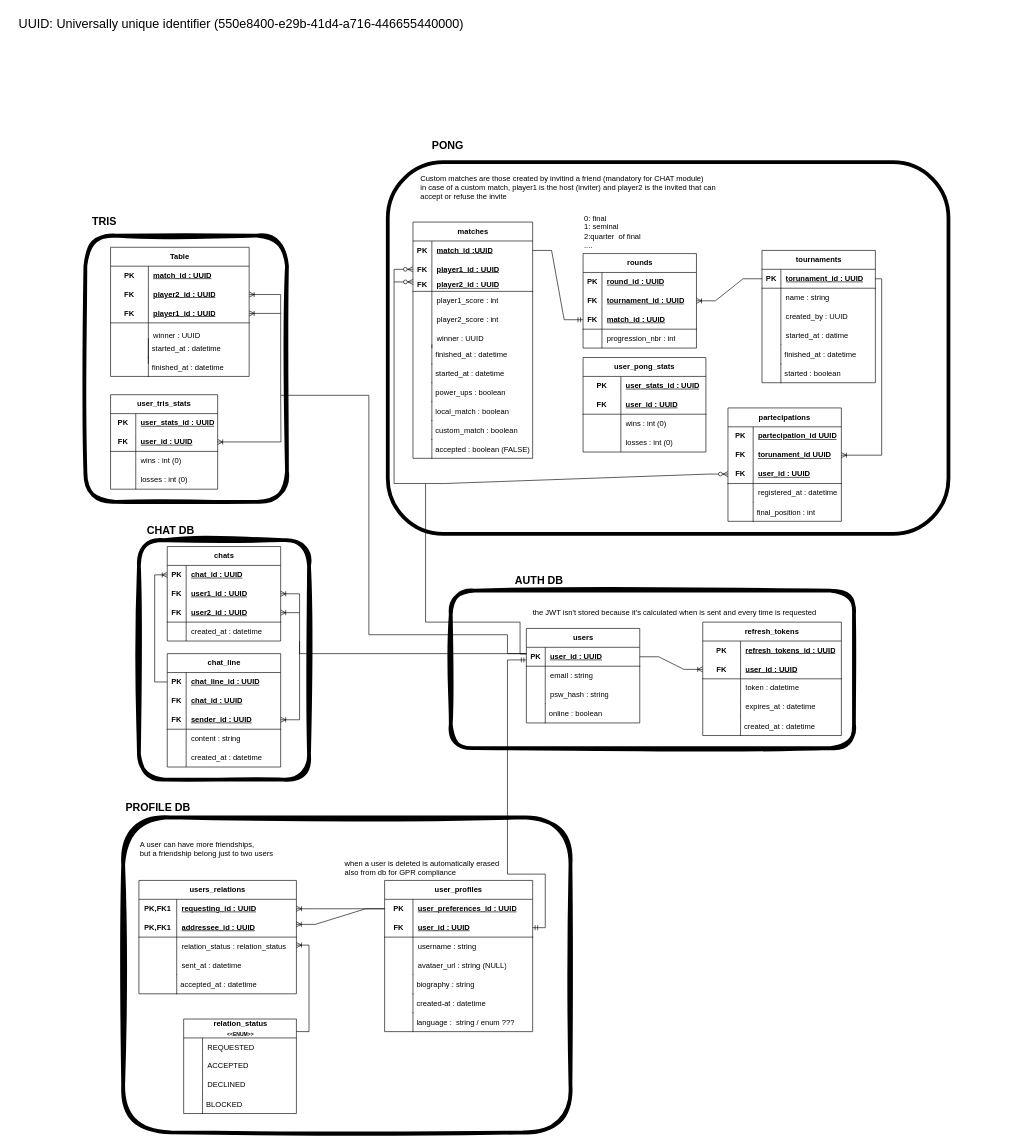
Sheratan095/ft_transcendence keeps this draw.io diagram as docs/backend/db_logical_design.drawio. Above is the earlier version. Source tidied: cells renumbered, new cells numbered last; positions are measured from the earlier drawing's top-left corner, leaving out a move shared by most shapes. Both pictures are drawn from the tidied source at 63%, with x=0, y=0 at pixel (11, 11).
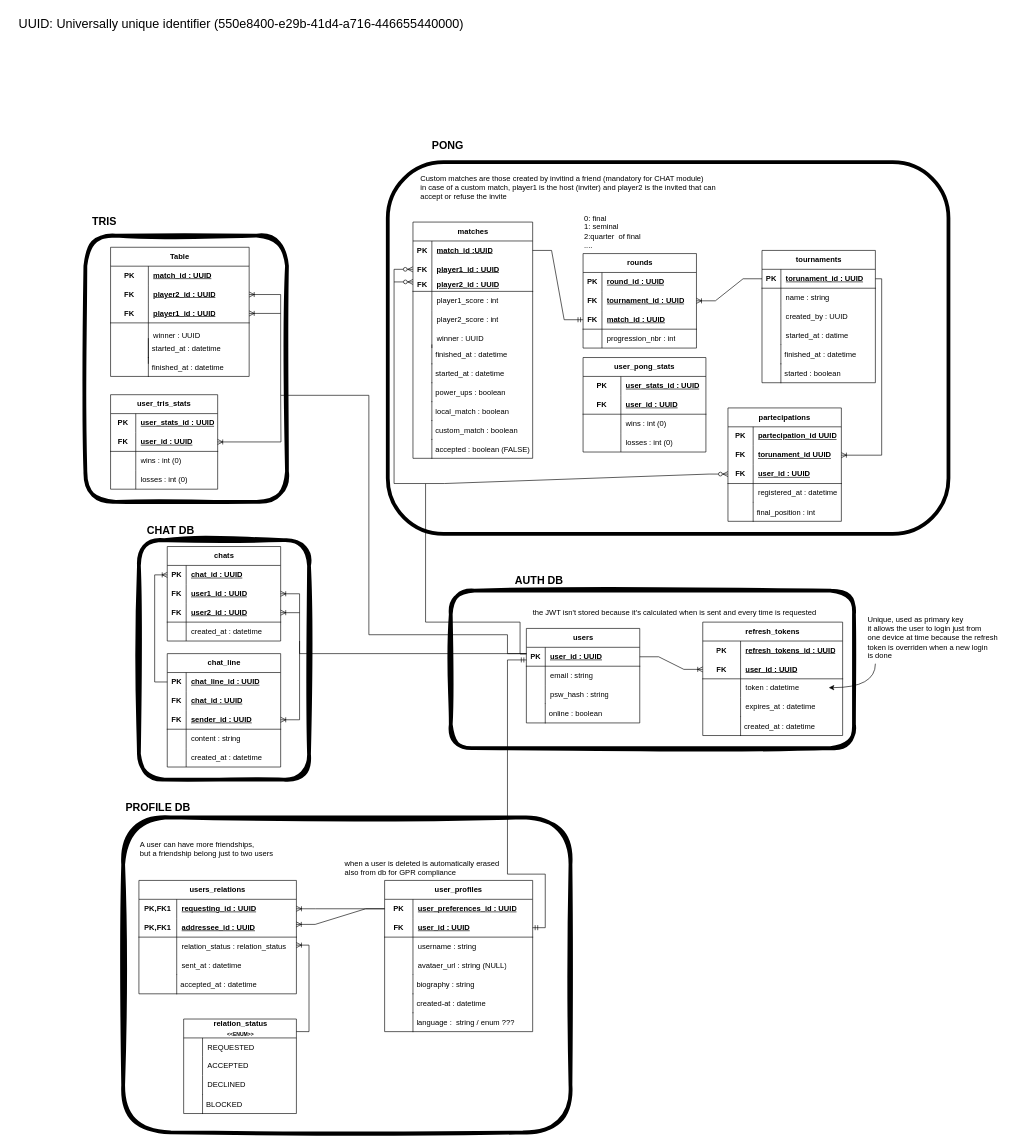
After the change.

Change to the diagram source:
```diff
@@
     <mxCell id="129" value="refresh_tokens" style="shape=table;startSize=30;childLayout=tableLayout;rowLines=0;fontStyle=1;align=center;html=1;whiteSpace=wrap;" parent="1" vertex="1">
-      <mxGeometry x="1098" y="970" width="220" height="180" as="geometry" />
+      <mxGeometry x="1098" y="970" width="222" height="180" as="geometry" />
     </mxCell>
     <mxCell id="130" style="shape=tableRow;horizontal=0;startSize=0;swimlaneHead=0;swimlaneBody=0;fillColor=none;top=0;left=0;right=0;bottom=0;html=1;" parent="129" vertex="1">
-      <mxGeometry y="30" width="220" height="30" as="geometry" />
+      <mxGeometry y="30" width="222" height="30" as="geometry" />
     </mxCell>
@@
     <mxCell id="132" value="refresh_tokens_id : UUID" style="shape=partialRectangle;fillColor=none;top=0;left=0;bottom=0;right=0;align=left;spacingLeft=6;fontStyle=5;overflow=hidden;html=1;whiteSpace=wrap;" parent="130" vertex="1">
-      <mxGeometry x="60" width="160" height="30" as="geometry" />
+      <mxGeometry x="60" width="162" height="30" as="geometry" />
     </mxCell>
     <mxCell id="133" style="shape=tableRow;horizontal=0;startSize=0;swimlaneHead=0;swimlaneBody=0;fillColor=none;points=[[0,0.5],[1,0.5]];portConstraint=eastwest;top=0;left=0;right=0;bottom=1;html=1;" parent="129" vertex="1">
-      <mxGeometry y="60" width="220" height="30" as="geometry" />
+      <mxGeometry y="60" width="222" height="30" as="geometry" />
     </mxCell>
@@
     <mxCell id="135" value="user_id : UUID" style="shape=partialRectangle;fillColor=none;top=0;left=0;bottom=0;right=0;align=left;spacingLeft=6;fontStyle=5;overflow=hidden;html=1;whiteSpace=wrap;" parent="133" vertex="1">
-      <mxGeometry x="60" width="160" height="30" as="geometry" />
+      <mxGeometry x="60" width="162" height="30" as="geometry" />
     </mxCell>
     <mxCell id="136" style="shape=tableRow;horizontal=0;startSize=0;swimlaneHead=0;swimlaneBody=0;fillColor=none;top=0;left=0;right=0;bottom=0;html=1;" parent="129" vertex="1">
-      <mxGeometry y="90" width="220" height="30" as="geometry" />
+      <mxGeometry y="90" width="222" height="30" as="geometry" />
     </mxCell>
@@
     <mxCell id="138" value="token : datetime" style="shape=partialRectangle;fillColor=none;top=0;left=0;bottom=0;right=0;align=left;spacingLeft=6;overflow=hidden;html=1;whiteSpace=wrap;" parent="136" vertex="1">
-      <mxGeometry x="60" width="160" height="30" as="geometry" />
+      <mxGeometry x="60" width="162" height="30" as="geometry" />
     </mxCell>
     <mxCell id="139" style="shape=tableRow;horizontal=0;startSize=0;swimlaneHead=0;swimlaneBody=0;fillColor=none;top=0;left=0;right=0;bottom=0;html=1;" parent="129" vertex="1">
-      <mxGeometry y="120" width="220" height="30" as="geometry" />
+      <mxGeometry y="120" width="222" height="30" as="geometry" />
     </mxCell>
@@
     <mxCell id="141" value="expires_at : datetime" style="shape=partialRectangle;fillColor=none;top=0;left=0;bottom=0;right=0;align=left;spacingLeft=6;overflow=hidden;html=1;whiteSpace=wrap;" parent="139" vertex="1">
-      <mxGeometry x="60" width="160" height="30" as="geometry" />
+      <mxGeometry x="60" width="162" height="30" as="geometry" />
     </mxCell>
@@
+    <mxCell id="263" value="&lt;font style=&quot;scrollbar-color: rgb(75, 75, 75) rgb(27, 29, 30); color: light-dark(rgb(0, 0, 0), rgb(255, 255, 255));&quot;&gt;Unique, used as primary key&lt;/font&gt;&lt;div style=&quot;scrollbar-color: rgb(75, 75, 75) rgb(27, 29, 30);&quot;&gt;&lt;font style=&quot;scrollbar-color: rgb(75, 75, 75) rgb(27, 29, 30); color: light-dark(rgb(0, 0, 0), rgb(255, 255, 255));&quot;&gt;it allows the user to login just from&lt;/font&gt;&lt;/div&gt;&lt;div style=&quot;scrollbar-color: rgb(75, 75, 75) rgb(27, 29, 30);&quot;&gt;&lt;font style=&quot;scrollbar-color: rgb(75, 75, 75) rgb(27, 29, 30); color: light-dark(rgb(0, 0, 0), rgb(255, 255, 255));&quot;&gt;one device at time because the refresh&lt;/font&gt;&lt;/div&gt;&lt;div style=&quot;scrollbar-color: rgb(75, 75, 75) rgb(27, 29, 30);&quot;&gt;&lt;font style=&quot;scrollbar-color: rgb(75, 75, 75) rgb(27, 29, 30); color: light-dark(rgb(0, 0, 0), rgb(255, 255, 255));&quot;&gt;token is overriden when a new login&lt;/font&gt;&lt;/div&gt;&lt;div style=&quot;scrollbar-color: rgb(75, 75, 75) rgb(27, 29, 30); color: rgb(192, 192, 192);&quot;&gt;&lt;font style=&quot;scrollbar-color: rgb(75, 75, 75) rgb(27, 29, 30); color: light-dark(rgb(0, 0, 0), rgb(255, 255, 255));&quot;&gt;is done&lt;/font&gt;&lt;/div&gt;" style="text;html=1;align=left;verticalAlign=middle;strokeColor=none;fillColor=none;" parent="1" vertex="1">
+      <mxGeometry x="1358" y="950" width="230" height="90" as="geometry" />
+    </mxCell>
+    <mxCell id="264" style="endArrow=classic;html=1;edgeStyle=orthogonalEdgeStyle;curved=1;" parent="1" edge="1">
+      <mxGeometry relative="1" as="geometry">
+        <mxPoint x="1372" y="1036" as="sourcePoint" />
+        <mxPoint x="1298" y="1074" as="targetPoint" />
+        <Array as="points">
+          <mxPoint x="1372" y="1074" />
+        </Array>
+      </mxGeometry>
+    </mxCell>
```
